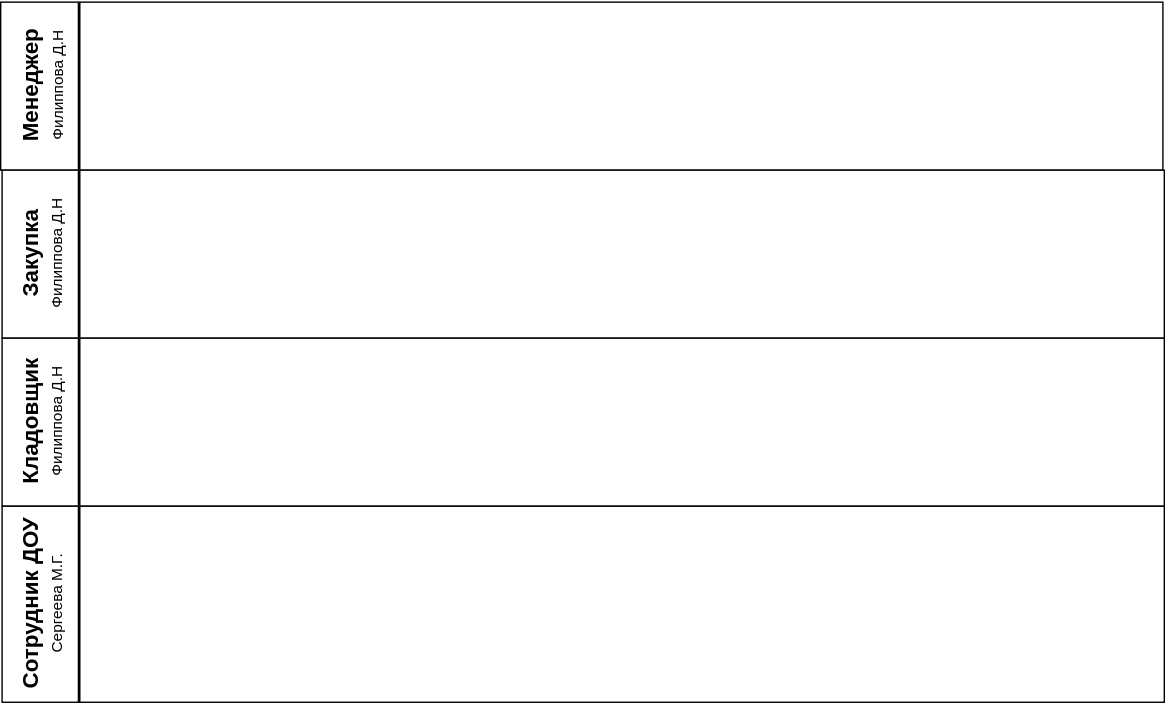
Before: Diagram.svg, a diagram exported from draw.io (Mariia22/HTTP-Request). Source tidied: cells renumbered, new cells last; positions are measured from the earlier drawing's top-left corner, leaving out a move shared by most shapes.
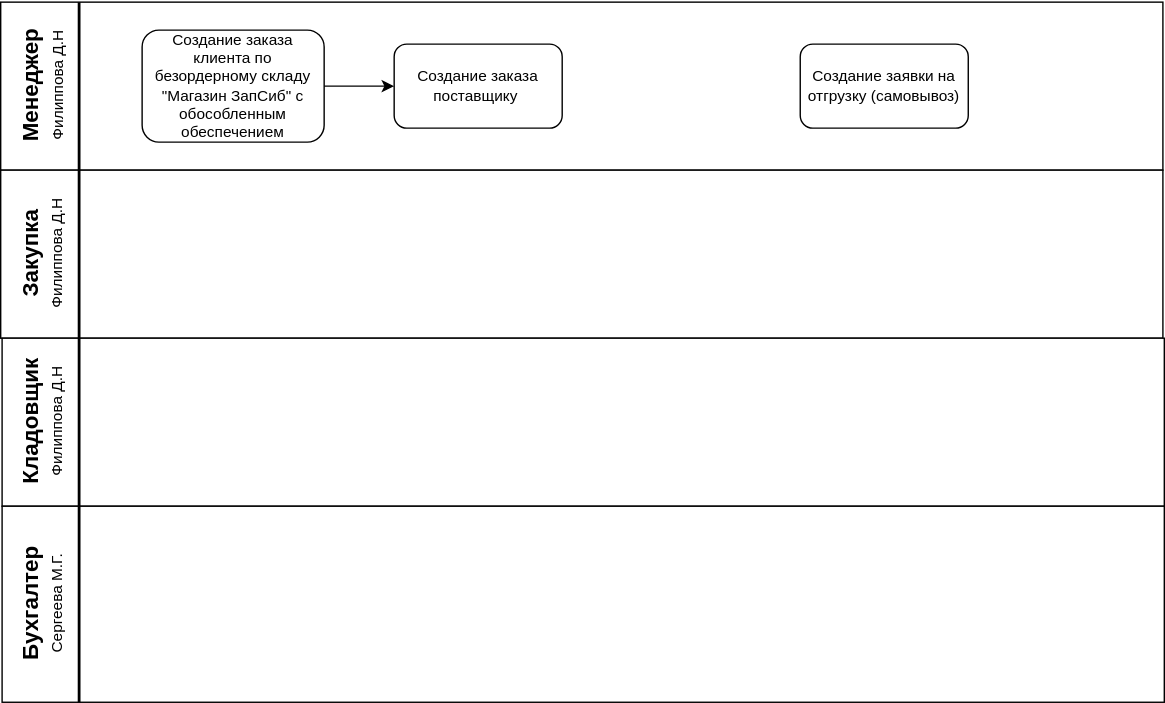
Above is the later version.

What changed in the source:
```diff
@@ -6,7 +6,7 @@
       <mxGeometry x="19" width="830" height="120" as="geometry" />
     </mxCell>
     <mxCell id="3" style="rounded=0;whiteSpace=wrap;html=1;" parent="1" vertex="1">
-      <mxGeometry x="20" y="120" width="830" height="120" as="geometry" />
+      <mxGeometry x="19" y="120" width="830" height="120" as="geometry" />
     </mxCell>
     <mxCell id="4" style="rounded=0;whiteSpace=wrap;html=1;" parent="1" vertex="1">
       <mxGeometry x="20" y="240" width="830" height="120" as="geometry" />
@@ -29,7 +29,7 @@
     <mxCell id="10" style="line;strokeWidth=2;direction=south;html=1;fontSize=16;" parent="1" vertex="1">
       <mxGeometry x="70" y="360" width="10" height="140" as="geometry" />
     </mxCell>
-    <mxCell id="11" value="Сотрудник ДОУ" style="text;strokeColor=none;fillColor=none;html=1;fontSize=16;fontStyle=1;verticalAlign=middle;align=center;rotation=270;" parent="1" vertex="1">
+    <mxCell id="11" value="Бухгалтер" style="text;strokeColor=none;fillColor=none;html=1;fontSize=16;fontStyle=1;verticalAlign=middle;align=center;rotation=270;" parent="1" vertex="1">
       <mxGeometry y="410" width="80" height="40" as="geometry" />
     </mxCell>
     <mxCell id="12" value="Филиппова Д.Н&lt;br style=&quot;font-size: 11px;&quot;&gt;" style="text;strokeColor=none;fillColor=none;html=1;fontSize=11;fontStyle=0;verticalAlign=middle;align=center;rotation=270;" parent="1" vertex="1">
@@ -44,5 +44,17 @@
     <mxCell id="15" value="Сергеева М.Г." style="text;strokeColor=none;fillColor=none;html=1;fontSize=11;fontStyle=0;verticalAlign=middle;align=center;rotation=270;" parent="1" vertex="1">
       <mxGeometry x="19" y="410" width="80" height="40" as="geometry" />
     </mxCell>
+    <mxCell id="16" value="Создание заказа клиента по безордерному складу &quot;Магазин ЗапСиб&quot; с обособленным обеспечением" style="rounded=1;whiteSpace=wrap;html=1;fontSize=11;" parent="1" vertex="1">
+      <mxGeometry x="120" y="20" width="130" height="80" as="geometry" />
+    </mxCell>
+    <mxCell id="17" value="Создание заказа поставщику&amp;nbsp;" style="rounded=1;whiteSpace=wrap;html=1;fontSize=11;" parent="1" vertex="1">
+      <mxGeometry x="300" y="30" width="120" height="60" as="geometry" />
+    </mxCell>
+    <mxCell id="18" value="Создание заявки на отгрузку (самовывоз)" style="rounded=1;whiteSpace=wrap;html=1;fontSize=11;" parent="1" vertex="1">
+      <mxGeometry x="590" y="30" width="120" height="60" as="geometry" />
+    </mxCell>
+    <mxCell id="19" style="endArrow=classic;html=1;fontSize=11;exitX=1;exitY=0.5;exitDx=0;exitDy=0;entryX=0;entryY=0.5;entryDx=0;entryDy=0;" parent="1" edge="1" source="16" target="17">
+      <mxGeometry relative="1" as="geometry" />
+    </mxCell>
   </root>
 </mxGraphModel>
```
